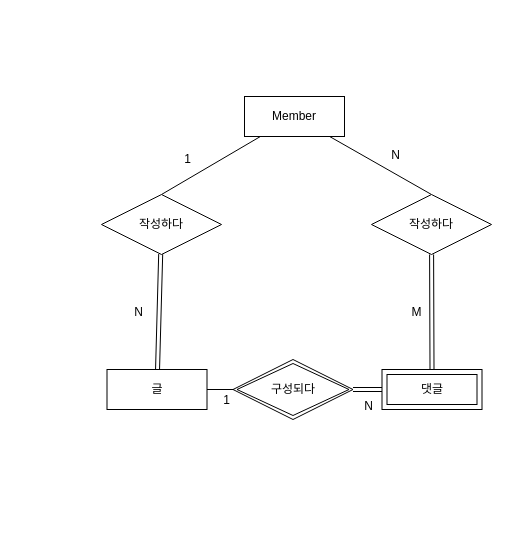
cobinding/draw.io_collection keeps this draw.io diagram as DBArchitecture/koala_community.drawio. Above is the earlier version. Source tidied: cells renumbered, new cells numbered last; positions are measured from the earlier drawing's top-left corner, leaving out a move shared by most shapes. Both pictures are drawn from the tidied source at 100%, with x=0, y=0 at pixel (101, 96).
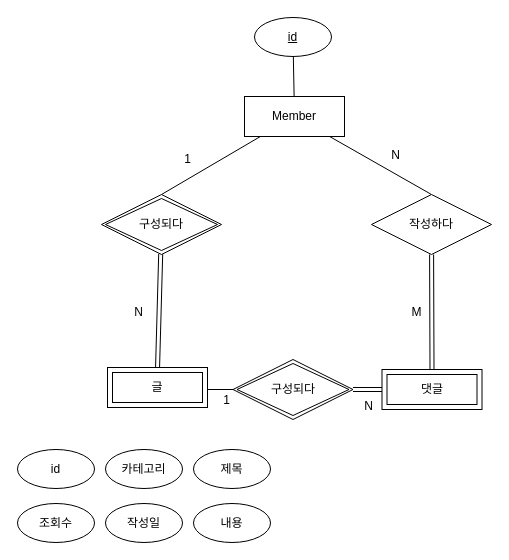
The same page after the edit.

The change refers to these unchanged cells:
```xml
<mxCell id="4" value="Member" style="whiteSpace=wrap;html=1;align=center;" parent="1" vertex="1">
  <mxGeometry x="143" width="100" height="40" as="geometry" />
</mxCell>
<mxCell id="9" value="구성되다" style="shape=rhombus;double=1;perimeter=rhombusPerimeter;whiteSpace=wrap;html=1;align=center;" parent="1" vertex="1">
  <mxGeometry x="131.5" y="263" width="120" height="60" as="geometry" />
</mxCell>
```

Change to the diagram source:
```diff
@@
-    <mxCell id="3" style="rounded=0;jettySize=auto;html=1;entryX=0.5;entryY=0;entryDx=0;entryDy=0;endArrow=none;endFill=0;" parent="1" edge="1" source="4" target="13">
-      <mxGeometry relative="1" as="geometry" />
+    <mxCell id="3" style="rounded=0;jettySize=auto;html=1;entryX=0.5;entryY=0;entryDx=0;entryDy=0;endArrow=none;endFill=0;" parent="1" edge="1" source="4">
+      <mxGeometry relative="1" as="geometry">
+        <mxPoint x="60" y="98" as="targetPoint" />
+      </mxGeometry>
     </mxCell>
@@
-    <mxCell id="5" style="rounded=0;jettySize=auto;html=1;endArrow=none;endFill=0;" parent="1" edge="1" source="6" target="9">
-      <mxGeometry relative="1" as="geometry" />
+    <mxCell id="5" style="rounded=0;jettySize=auto;html=1;endArrow=none;endFill=0;" parent="1" edge="1" target="9">
+      <mxGeometry relative="1" as="geometry">
+        <mxPoint x="105.5" y="293" as="sourcePoint" />
+      </mxGeometry>
     </mxCell>
-    <mxCell id="6" value="글" style="whiteSpace=wrap;html=1;align=center;" parent="1" vertex="1">
-      <mxGeometry x="5.5" y="273" width="100" height="40" as="geometry" />
-    </mxCell>
@@
-    <mxCell id="10" style="rounded=0;jettySize=auto;html=1;endArrow=none;endFill=0;shape=link;" parent="1" edge="1" source="13" target="6">
-      <mxGeometry relative="1" as="geometry" />
+    <mxCell id="10" style="rounded=0;orthogonalLoop=1;jettySize=auto;html=1;endArrow=none;endFill=0;shape=link;" parent="1" edge="1">
+      <mxGeometry relative="1" as="geometry">
+        <mxPoint x="59.2" y="157.6" as="sourcePoint" />
+        <mxPoint x="56" y="273" as="targetPoint" />
+      </mxGeometry>
     </mxCell>
@@
-    <mxCell id="13" value="작성하다" style="shape=rhombus;perimeter=rhombusPerimeter;whiteSpace=wrap;html=1;align=center;" parent="1" vertex="1">
-      <mxGeometry y="98" width="120" height="60" as="geometry" />
-    </mxCell>
@@
+    <mxCell id="20" value="카테고리" style="ellipse;whiteSpace=wrap;html=1;align=center;" parent="1" vertex="1">
+      <mxGeometry x="4" y="353" width="77" height="39" as="geometry" />
+    </mxCell>
+    <mxCell id="21" value="id" style="ellipse;whiteSpace=wrap;html=1;align=center;" parent="1" vertex="1">
+      <mxGeometry x="-84" y="353" width="77" height="39" as="geometry" />
+    </mxCell>
+    <mxCell id="22" value="조회수" style="ellipse;whiteSpace=wrap;html=1;align=center;" parent="1" vertex="1">
+      <mxGeometry x="-84" y="407" width="77" height="39" as="geometry" />
+    </mxCell>
+    <mxCell id="6" value="글" style="shape=ext;margin=3;double=1;whiteSpace=wrap;html=1;align=center;" parent="1" vertex="1">
+      <mxGeometry x="6" y="271" width="100" height="40" as="geometry" />
+    </mxCell>
+    <mxCell id="23" value="구성되다" style="shape=rhombus;double=1;perimeter=rhombusPerimeter;whiteSpace=wrap;html=1;align=center;" parent="1" vertex="1">
+      <mxGeometry y="98" width="120" height="60" as="geometry" />
+    </mxCell>
+    <mxCell id="24" style="rounded=0;jettySize=auto;html=1;endArrow=none;endFill=0;" parent="1" edge="1" source="25" target="4">
+      <mxGeometry relative="1" as="geometry" />
+    </mxCell>
+    <mxCell id="25" value="&lt;u&gt;id&lt;/u&gt;" style="ellipse;whiteSpace=wrap;html=1;align=center;" parent="1" vertex="1">
+      <mxGeometry x="153" y="-79" width="77" height="39" as="geometry" />
+    </mxCell>
+    <mxCell id="26" value="작성일" style="ellipse;whiteSpace=wrap;html=1;align=center;" parent="1" vertex="1">
+      <mxGeometry x="4" y="407" width="77" height="39" as="geometry" />
+    </mxCell>
+    <mxCell id="27" value="제목" style="ellipse;whiteSpace=wrap;html=1;align=center;" parent="1" vertex="1">
+      <mxGeometry x="92" y="353" width="77" height="39" as="geometry" />
+    </mxCell>
+    <mxCell id="28" value="내용" style="ellipse;whiteSpace=wrap;html=1;align=center;" parent="1" vertex="1">
+      <mxGeometry x="92" y="407" width="77" height="39" as="geometry" />
+    </mxCell>
```
